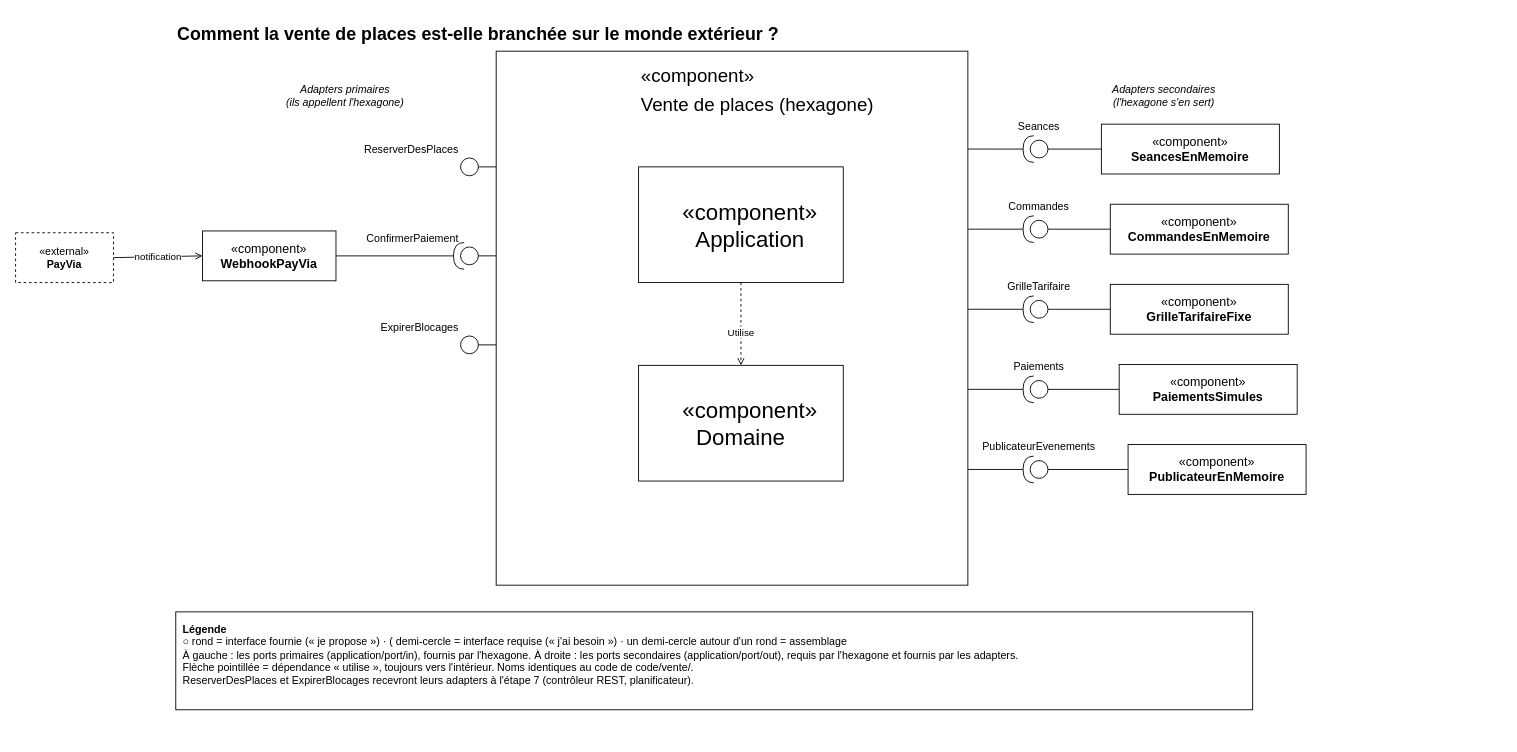
This is docs/diagrammes/3-composants-vente.drawio from RBigord/ecrans-villeneuve, a draw.io file, before an edit. Source tidied: cells renumbered, new cells numbered last; positions are measured from the earlier drawing's top-left corner, leaving out a move shared by most shapes. Both pictures are drawn from the tidied source at 89%, with x=0, y=0 at pixel (15, 15).
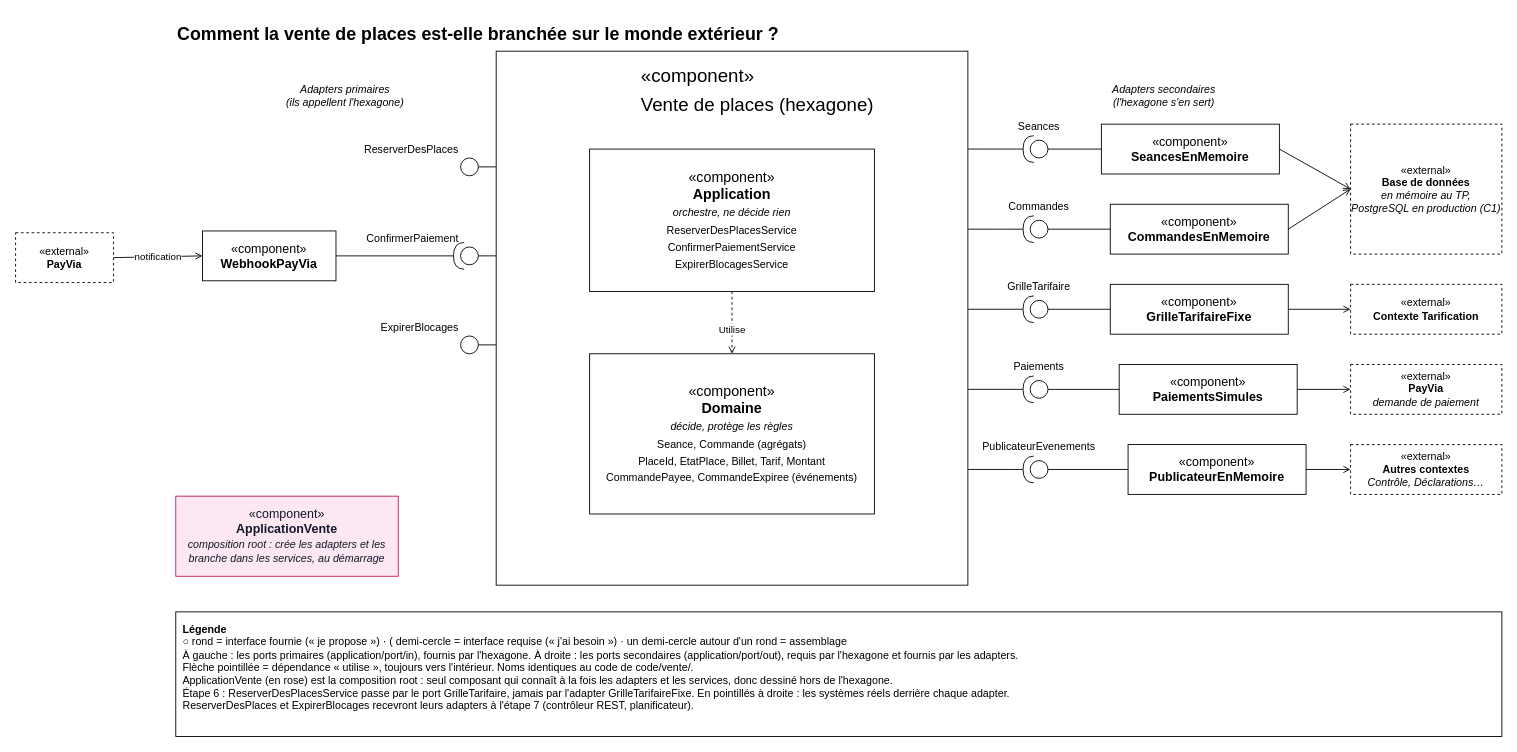
After the change.

Commit message (it also covers changes not shown here):
phase 3 : composants complétés (ApplicationVente, systèmes externes, contenu de l'hexagone)

The change refers to these unchanged cells:
```xml
<mxCell id="24" value="«component»&lt;br&gt;&lt;b&gt;SeancesEnMemoire&lt;/b&gt;" style="rounded=0;whiteSpace=wrap;html=1;fontSize=14;" parent="1" vertex="1">
  <mxGeometry x="1220" y="122" width="200" height="56" as="geometry" />
</mxCell>
<mxCell id="29" value="«component»&lt;br&gt;&lt;b&gt;CommandesEnMemoire&lt;/b&gt;" style="rounded=0;whiteSpace=wrap;html=1;fontSize=14;" parent="1" vertex="1">
  <mxGeometry x="1230" y="212" width="200" height="56" as="geometry" />
</mxCell>
<mxCell id="34" value="«component»&lt;br&gt;&lt;b&gt;GrilleTarifaireFixe&lt;/b&gt;" style="rounded=0;whiteSpace=wrap;html=1;fontSize=14;" parent="1" vertex="1">
  <mxGeometry x="1230" y="302" width="200" height="56" as="geometry" />
</mxCell>
<mxCell id="39" value="«component»&lt;br&gt;&lt;b&gt;PaiementsSimules&lt;/b&gt;" style="rounded=0;whiteSpace=wrap;html=1;fontSize=14;" parent="1" vertex="1">
  <mxGeometry x="1240" y="392" width="200" height="56" as="geometry" />
</mxCell>
<mxCell id="44" value="«component»&lt;br&gt;&lt;b&gt;PublicateurEnMemoire&lt;/b&gt;" style="rounded=0;whiteSpace=wrap;html=1;fontSize=14;" parent="1" vertex="1">
  <mxGeometry x="1250" y="482" width="200" height="56" as="geometry" />
</mxCell>
```

What changed in the source:
```diff
@@
-    <mxCell id="4" value="&lt;div style=&quot;font-size: 25px;&quot;&gt;&lt;font style=&quot;font-size: 25px;&quot;&gt;&amp;nbsp; &amp;nbsp;«component»&lt;/font&gt;&lt;/div&gt;&lt;div style=&quot;font-size: 25px;&quot;&gt;&lt;font style=&quot;font-size: 25px;&quot;&gt;&amp;nbsp; &amp;nbsp;Application&lt;/font&gt;&lt;/div&gt;" style="rounded=0;whiteSpace=wrap;html=1;" parent="1" vertex="1">
-      <mxGeometry x="700" y="170" width="230" height="130" as="geometry" />
+    <mxCell id="4" value="«component»&lt;br&gt;&lt;b&gt;Application&lt;/b&gt;&lt;br&gt;&lt;span style='font-size:12px'&gt;&lt;i&gt;orchestre, ne décide rien&lt;/i&gt;&lt;br&gt;ReserverDesPlacesService&lt;br&gt;ConfirmerPaiementService&lt;br&gt;ExpirerBlocagesService&lt;/span&gt;" style="rounded=0;whiteSpace=wrap;html=1;fontSize=16;" parent="1" vertex="1">
+      <mxGeometry x="645" y="150" width="320" height="160" as="geometry" />
     </mxCell>
-    <mxCell id="5" value="&lt;div style=&quot;font-size: 25px;&quot;&gt;&lt;font style=&quot;font-size: 25px;&quot;&gt;&amp;nbsp; &amp;nbsp;«component»&lt;/font&gt;&lt;/div&gt;&lt;div style=&quot;font-size: 25px;&quot;&gt;&lt;font style=&quot;font-size: 25px;&quot;&gt;Domaine&lt;/font&gt;&lt;/div&gt;&lt;div style=&quot;font-size: 25px;&quot;&gt;&lt;/div&gt;" style="rounded=0;whiteSpace=wrap;html=1;" parent="1" vertex="1">
-      <mxGeometry x="700" y="393" width="230" height="130" as="geometry" />
+    <mxCell id="5" value="«component»&lt;br&gt;&lt;b&gt;Domaine&lt;/b&gt;&lt;br&gt;&lt;span style='font-size:12px'&gt;&lt;i&gt;décide, protège les règles&lt;/i&gt;&lt;br&gt;Seance, Commande (agrégats)&lt;br&gt;PlaceId, EtatPlace, Billet, Tarif, Montant&lt;br&gt;CommandePayee, CommandeExpiree (événements)&lt;/span&gt;" style="rounded=0;whiteSpace=wrap;html=1;fontSize=16;" parent="1" vertex="1">
+      <mxGeometry x="645" y="380" width="320" height="180" as="geometry" />
     </mxCell>
@@
+    <mxCell id="47" value="«component»&lt;br&gt;&lt;b&gt;ApplicationVente&lt;/b&gt;&lt;br&gt;&lt;i style='font-size:12px'&gt;composition root : crée les adapters et les branche dans les services, au démarrage&lt;/i&gt;" style="rounded=0;whiteSpace=wrap;html=1;fontSize=14;fillColor=#FCE7F3;strokeColor=#BE185D;fontColor=#111827;" parent="1" vertex="1">
+      <mxGeometry x="180" y="540" width="250" height="90" as="geometry" />
+    </mxCell>
+    <mxCell id="48" value="«external»&lt;br&gt;&lt;b&gt;Base de données&lt;/b&gt;&lt;br&gt;&lt;i&gt;en mémoire au TP,&lt;br&gt;PostgreSQL en production (C1)&lt;/i&gt;" style="rounded=0;whiteSpace=wrap;html=1;fontSize=12;dashed=1;" parent="1" vertex="1">
+      <mxGeometry x="1500" y="122" width="170" height="146" as="geometry" />
+    </mxCell>
+    <mxCell id="49" style="html=1;rounded=0;endArrow=open;endFill=0;exitX=1;exitY=0.5;exitDx=0;exitDy=0;entryX=0;entryY=0.5;entryDx=0;entryDy=0;" parent="1" edge="1" source="24" target="48">
+      <mxGeometry relative="1" as="geometry" />
+    </mxCell>
+    <mxCell id="50" style="html=1;rounded=0;endArrow=open;endFill=0;exitX=1;exitY=0.5;exitDx=0;exitDy=0;entryX=0;entryY=0.5;entryDx=0;entryDy=0;" parent="1" edge="1" source="29" target="48">
+      <mxGeometry relative="1" as="geometry" />
+    </mxCell>
+    <mxCell id="51" value="«external»&lt;br&gt;&lt;b&gt;Contexte Tarification&lt;/b&gt;" style="rounded=0;whiteSpace=wrap;html=1;fontSize=12;dashed=1;" parent="1" vertex="1">
+      <mxGeometry x="1500" y="302" width="170" height="56" as="geometry" />
+    </mxCell>
+    <mxCell id="52" style="html=1;rounded=0;endArrow=open;endFill=0;exitX=1;exitY=0.5;exitDx=0;exitDy=0;entryX=0;entryY=0.5;entryDx=0;entryDy=0;" parent="1" edge="1" source="34" target="51">
+      <mxGeometry relative="1" as="geometry" />
+    </mxCell>
+    <mxCell id="53" value="«external»&lt;br&gt;&lt;b&gt;PayVia&lt;/b&gt;&lt;br&gt;&lt;i&gt;demande de paiement&lt;/i&gt;" style="rounded=0;whiteSpace=wrap;html=1;fontSize=12;dashed=1;" parent="1" vertex="1">
+      <mxGeometry x="1500" y="392" width="170" height="56" as="geometry" />
+    </mxCell>
+    <mxCell id="54" style="html=1;rounded=0;endArrow=open;endFill=0;exitX=1;exitY=0.5;exitDx=0;exitDy=0;entryX=0;entryY=0.5;entryDx=0;entryDy=0;" parent="1" edge="1" source="39" target="53">
+      <mxGeometry relative="1" as="geometry" />
+    </mxCell>
+    <mxCell id="55" value="«external»&lt;br&gt;&lt;b&gt;Autres contextes&lt;/b&gt;&lt;br&gt;&lt;i&gt;Contrôle, Déclarations…&lt;/i&gt;" style="rounded=0;whiteSpace=wrap;html=1;fontSize=12;dashed=1;" parent="1" vertex="1">
+      <mxGeometry x="1500" y="482" width="170" height="56" as="geometry" />
+    </mxCell>
+    <mxCell id="56" style="html=1;rounded=0;endArrow=open;endFill=0;exitX=1;exitY=0.5;exitDx=0;exitDy=0;entryX=0;entryY=0.5;entryDx=0;entryDy=0;" parent="1" edge="1" source="44" target="55">
+      <mxGeometry relative="1" as="geometry" />
+    </mxCell>
-    <mxCell id="46" value="&lt;b&gt;Légende&lt;/b&gt;&lt;br&gt;○ rond = interface fournie (« je propose ») · ( demi-cercle = interface requise (« j'ai besoin ») · un demi-cercle autour d'un rond = assemblage&lt;br&gt;À gauche : les ports primaires (application/port/in), fournis par l'hexagone. À droite : les ports secondaires (application/port/out), requis par l'hexagone et fournis par les adapters.&lt;br&gt;Flèche pointillée = dépendance « utilise », toujours vers l'intérieur. Noms identiques au code de code/vente/.&lt;br&gt;ReserverDesPlaces et ExpirerBlocages recevront leurs adapters à l'étape 7 (contrôleur REST, planificateur)." style="text;html=1;align=left;verticalAlign=top;whiteSpace=wrap;fontSize=12;strokeColor=default;spacing=8;rounded=0;" parent="1" vertex="1">
-      <mxGeometry x="180" y="670" width="1210" height="110" as="geometry" />
+    <mxCell id="46" value="&lt;b&gt;Légende&lt;/b&gt;&lt;br&gt;○ rond = interface fournie (« je propose ») · ( demi-cercle = interface requise (« j'ai besoin ») · un demi-cercle autour d'un rond = assemblage&lt;br&gt;À gauche : les ports primaires (application/port/in), fournis par l'hexagone. À droite : les ports secondaires (application/port/out), requis par l'hexagone et fournis par les adapters.&lt;br&gt;Flèche pointillée = dépendance « utilise », toujours vers l'intérieur. Noms identiques au code de code/vente/.&lt;br&gt;ApplicationVente (en rose) est la composition root : seul composant qui connaît à la fois les adapters et les services, donc dessiné hors de l'hexagone.&lt;br&gt;Étape 6 : ReserverDesPlacesService passe par le port GrilleTarifaire, jamais par l'adapter GrilleTarifaireFixe. En pointillés à droite : les systèmes réels derrière chaque adapter.&lt;br&gt;ReserverDesPlaces et ExpirerBlocages recevront leurs adapters à l'étape 7 (contrôleur REST, planificateur)." style="text;html=1;align=left;verticalAlign=top;whiteSpace=wrap;fontSize=12;strokeColor=default;spacing=8;rounded=0;" parent="1" vertex="1">
+      <mxGeometry x="180" y="670" width="1490" height="140" as="geometry" />
     </mxCell>
```
